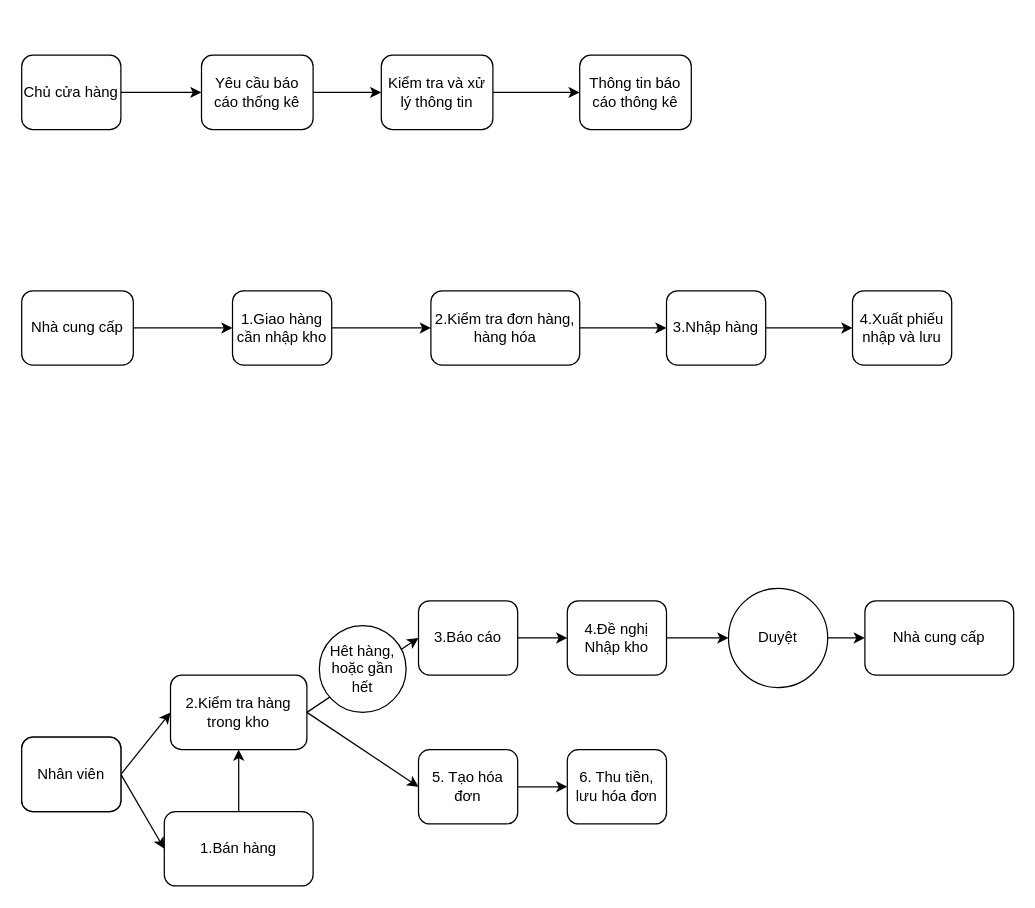
HungBeatbox/tutorials keeps this draw.io diagram as Untitled Diagram.drawio. Above is the earlier version. Source tidied: cells renumbered, new cells numbered last; positions are measured from the earlier drawing's top-left corner, leaving out a move shared by most shapes. Both pictures are drawn from the tidied source at 124%, with x=0, y=0 at pixel (21, 55).
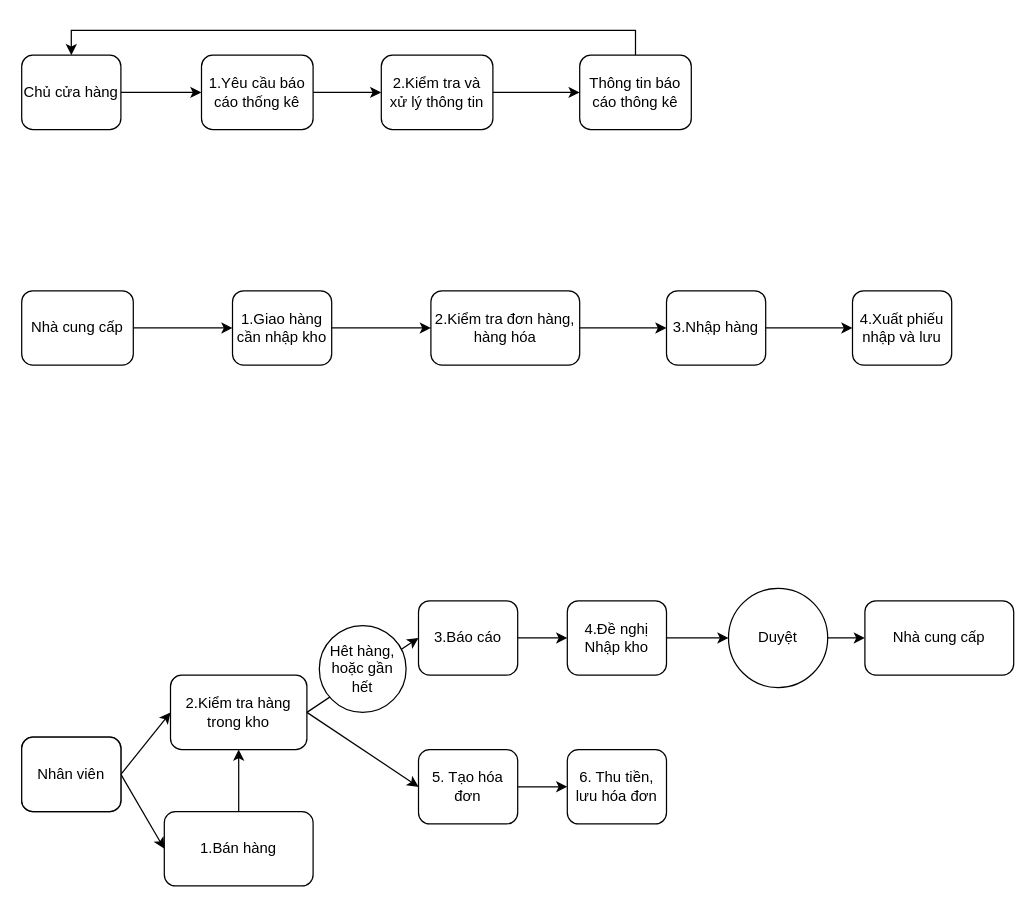
Above is the later version.

Unchanged cells that the change refers to:
```xml
<mxCell id="32" value="Chủ cửa hàng" style="rounded=1;whiteSpace=wrap;html=1;" parent="1" vertex="1">
  <mxGeometry width="80" height="60" as="geometry" />
</mxCell>
<mxCell id="37" value="Thông tin báo cáo thông kê" style="rounded=1;whiteSpace=wrap;html=1;" parent="1" vertex="1">
  <mxGeometry x="450" width="90" height="60" as="geometry" />
</mxCell>
```

Diff of the diagram source:
```diff
@@
-    <mxCell id="34" value="Yêu cầu báo cáo thống kê" style="rounded=1;whiteSpace=wrap;html=1;" parent="1" vertex="1">
+    <mxCell id="34" value="1.Yêu cầu báo cáo thống kê" style="rounded=1;whiteSpace=wrap;html=1;" parent="1" vertex="1">
       <mxGeometry x="145" width="90" height="60" as="geometry" />
     </mxCell>
@@
-    <mxCell id="36" value="Kiểm tra và xử lý thông tin" style="rounded=1;whiteSpace=wrap;html=1;" parent="1" vertex="1">
+    <mxCell id="36" value="2.Kiểm tra và xử lý thông tin" style="rounded=1;whiteSpace=wrap;html=1;" parent="1" vertex="1">
       <mxGeometry x="290" width="90" height="60" as="geometry" />
     </mxCell>
+    <mxCell id="38" style="edgeStyle=orthogonalEdgeStyle;rounded=0;jettySize=auto;html=1;entryX=0.5;entryY=0;entryDx=0;entryDy=0;" parent="1" edge="1" source="37" target="32">
+      <mxGeometry relative="1" as="geometry">
+        <Array as="points">
+          <mxPoint x="495" y="-20" />
+          <mxPoint x="40" y="-20" />
+        </Array>
+      </mxGeometry>
+    </mxCell>
```
